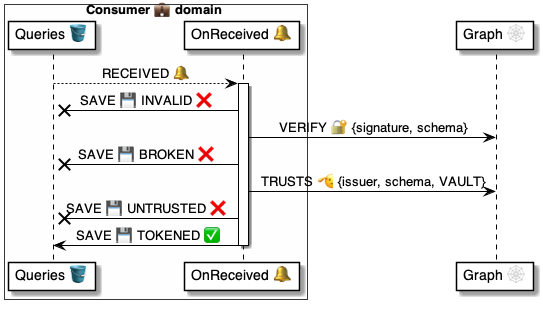
pollyweb-org/pollyweb-docs keeps this PlantUML diagram as 4 ⚙️ Solution/41 🎭 Domain Roles/Consumers 💼/💼🪣 Consumer tables/Queries 🗄️ table/🪣🧱 31 Received 🔔 event/💼 OnReceived ⚙️ uml.png. Above is the earlier version. Its source is kept beside it as 4 ⚙️ Solution/41 🎭 Domain Roles/Consumers 💼/💼🪣 Consumer tables/Queries 🗄️ table/🪣🧱 31 Received 🔔 event/💼 OnReceived ⚙️ uml.puml.
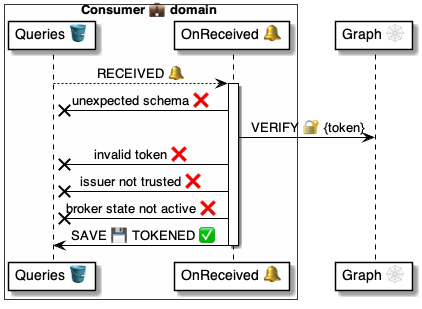
The same file after the commit.

Change to the diagram source:
```diff
@@ -9,11 +9,11 @@
 table --> handler: RECEIVED 🔔
 
 activate handler
-    handler -x table: SAVE 💾 INVALID ❌
-    handler -> graph: VERIFY 🔐 {signature, schema}
-    handler -x table: SAVE 💾 BROKEN ❌
-    handler -> graph: TRUSTS 🫡 {issuer, schema, VAULT}
-    handler -x table: SAVE 💾 UNTRUSTED ❌
+    handler -x table: unexpected schema ❌
+    handler -> graph: VERIFY 🔐 {token}
+    handler -x table: invalid token ❌
+    handler -x table: issuer not trusted ❌
+    handler -x table: broker state not active ❌
     handler -> table: SAVE 💾 TOKENED ✅
 
 
```
